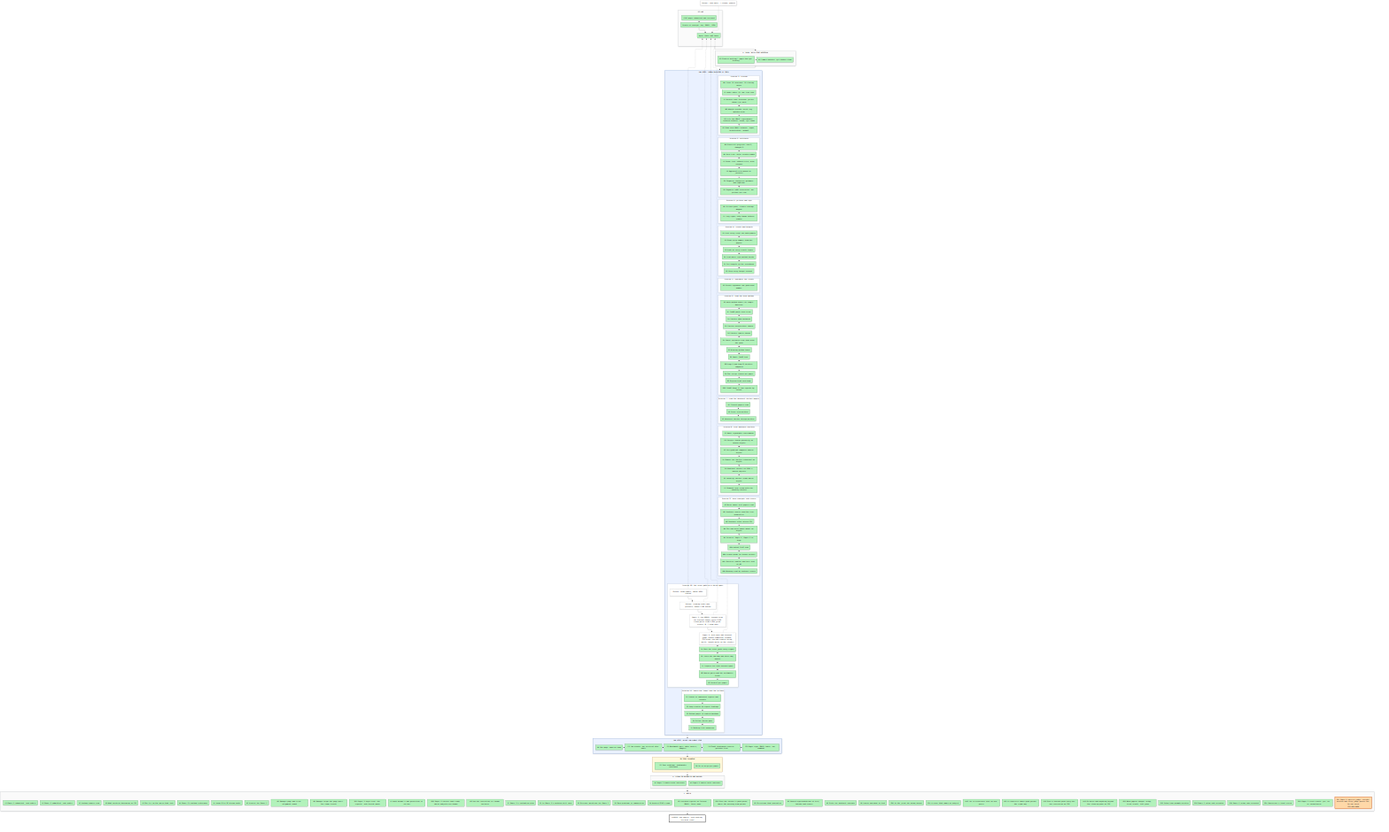
This is artifacts/notes/progress/map.png from mo-rsa24/concept-composition, a Mermaid export, as it was before one commit. Its source is kept beside it as artifacts/notes/progress/map.mmd.
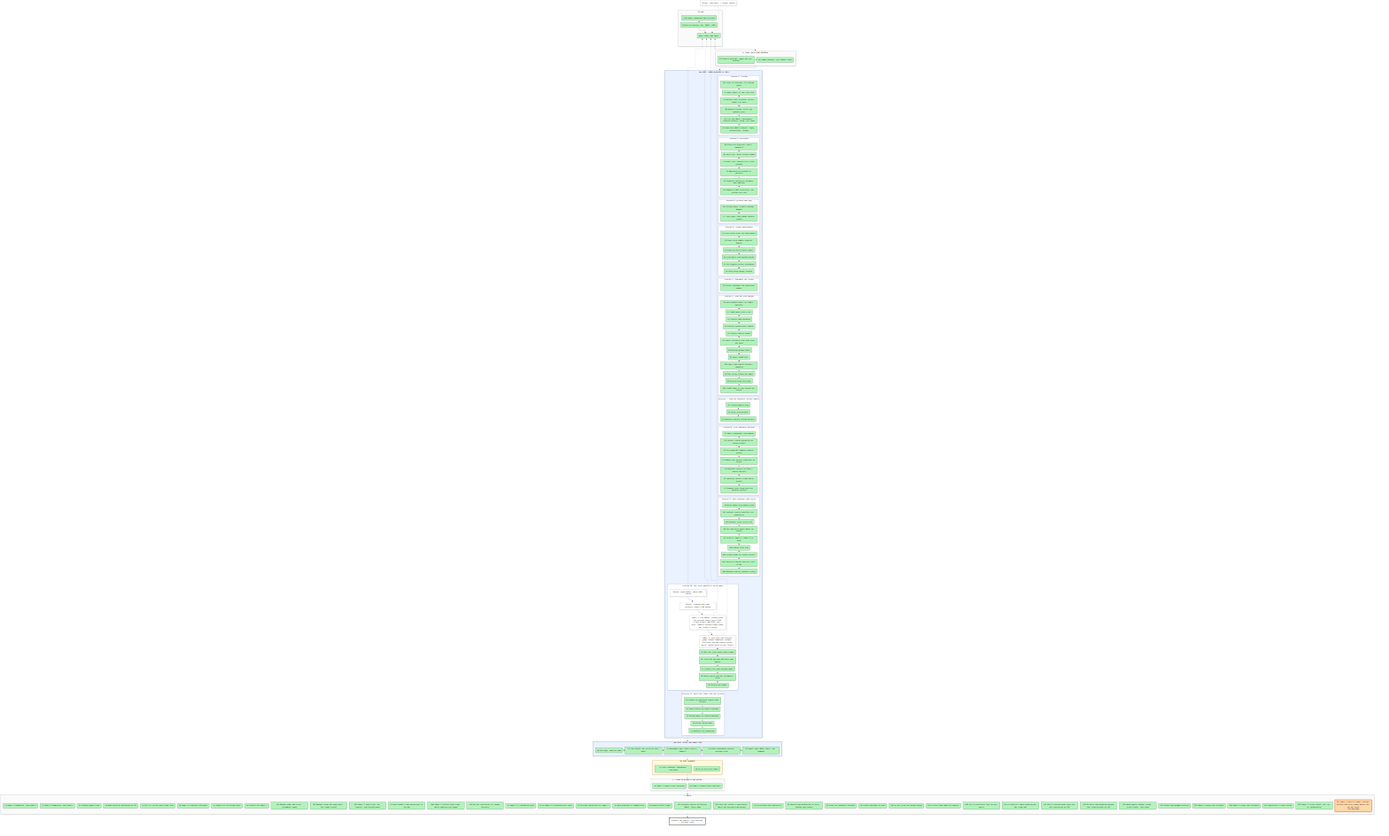
After the commit.

Commit message:
Progress map: toy Method A works at both scene counts

Change to the diagram source:
```diff
@@ -80,7 +80,7 @@
   X0["Detour: idea walk, 7 claims, paused"]:::detour -.-> P2
   X1["Detour: zoom-ladder, about 430k tokens"]:::detour -.-> P2
   X2["Detour: reading route and pictures, about 1.8M tokens"]:::detour -.-> P2
-  X3["Paper 1: toy WORKS: learned term (A) trained longer gives 0.89 clean pairs from 1,024 joint scenes; B, C draw none"]:::detour -.-> P2
+  X3["Paper 1: toy WORKS: learned term (A) trained longer gives 0.89 (1,024 scenes) and 0.83 (all); next, CLEVR A trained longer when the cluster returns"]:::detour -.-> P2
   X4["Paper 2: dial bars and trained-judge reward committed; window, CO3-alone row and readers being built; launch waits on the cluster"]:::detour -.-> P2
   L1 ~~~ L2 ~~~ L3 ~~~ L4 ~~~ L5 ~~~ L6 ~~~ L7 ~~~ L8 ~~~ L9 ~~~ L10 ~~~ L11
   S0 --> SA --> LOOP --> JOIN --> CAL --> SE --> SF --> GOAL
```
